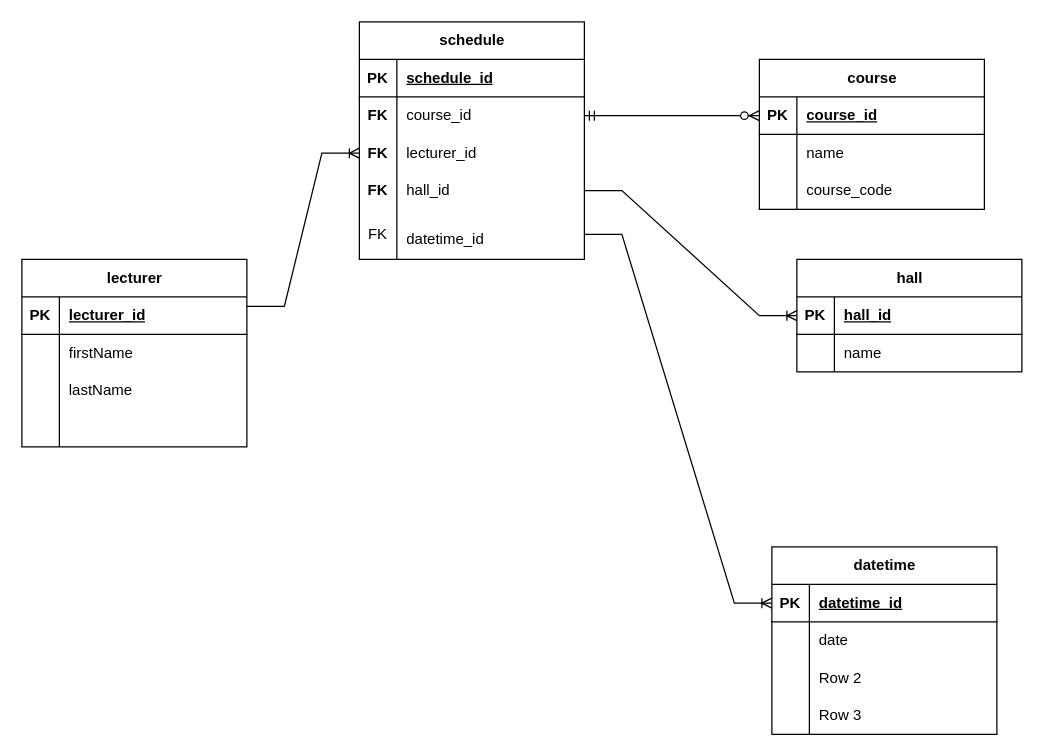
dkeemz/todolist-CLI keeps this draw.io diagram as Untitled Diagram.drawio. Above is the earlier version. Source tidied: cells renumbered, new cells numbered last; positions are measured from the earlier drawing's top-left corner, leaving out a move shared by most shapes. Both pictures are drawn from the tidied source at 125%, with x=0, y=0 at pixel (-16, 21).
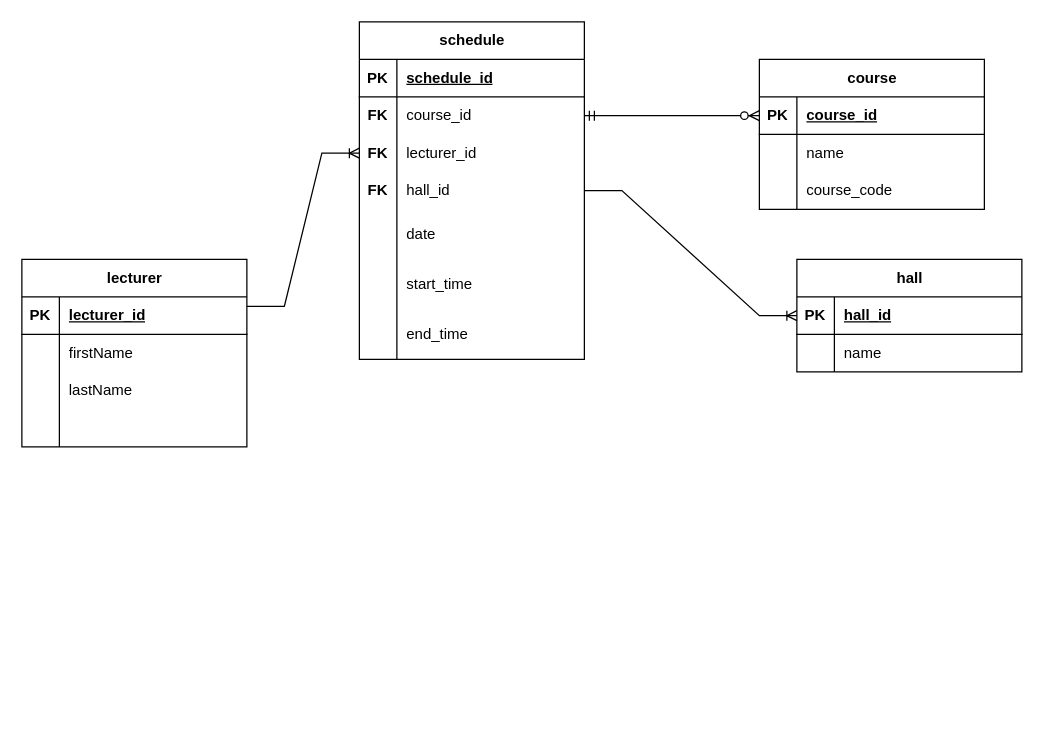
Above is the later version.

Unchanged cells that the change refers to:
```xml
<mxCell id="53" style="shape=tableRow;horizontal=0;startSize=0;swimlaneHead=0;swimlaneBody=0;fillColor=none;points=[[0,0.5],[1,0.5]];portConstraint=eastwest;top=0;left=0;right=0;bottom=0;" parent="40" vertex="1">
  <mxGeometry y="150" width="180" height="40" as="geometry" />
</mxCell>
```

What changed in the source:
```diff
@@
-    <mxCell id="2" value="datetime" style="shape=table;startSize=30;childLayout=tableLayout;rowLines=0;fontStyle=1;align=center;html=1;" parent="1" vertex="1">
-      <mxGeometry x="630" y="420" width="180" height="150" as="geometry" />
-    </mxCell>
-    <mxCell id="3" style="shape=tableRow;horizontal=0;startSize=0;swimlaneHead=0;swimlaneBody=0;fillColor=none;points=[[0,0.5],[1,0.5]];portConstraint=eastwest;top=0;left=0;right=0;bottom=1;" parent="2" vertex="1">
-      <mxGeometry y="30" width="180" height="30" as="geometry" />
-    </mxCell>
-    <mxCell id="4" value="PK" style="shape=partialRectangle;fillColor=none;top=0;left=0;bottom=0;right=0;fontStyle=1;overflow=hidden;whiteSpace=wrap;html=1;" parent="3" vertex="1">
-      <mxGeometry width="30" height="30" as="geometry" />
-    </mxCell>
-    <mxCell id="5" value="datetime_id" style="shape=partialRectangle;fillColor=none;top=0;left=0;bottom=0;right=0;align=left;spacingLeft=6;fontStyle=5;overflow=hidden;whiteSpace=wrap;html=1;" parent="3" vertex="1">
-      <mxGeometry x="30" width="150" height="30" as="geometry" />
-    </mxCell>
-    <mxCell id="6" style="shape=tableRow;horizontal=0;startSize=0;swimlaneHead=0;swimlaneBody=0;fillColor=none;top=0;left=0;right=0;bottom=0;" parent="2" vertex="1">
-      <mxGeometry y="60" width="180" height="30" as="geometry" />
-    </mxCell>
-    <mxCell id="7" style="shape=partialRectangle;fillColor=none;top=0;left=0;bottom=0;right=0;overflow=hidden;whiteSpace=wrap;html=1;" parent="6" vertex="1">
-      <mxGeometry width="30" height="30" as="geometry" />
-    </mxCell>
-    <mxCell id="8" value="date" style="shape=partialRectangle;fillColor=none;top=0;left=0;bottom=0;right=0;align=left;spacingLeft=6;overflow=hidden;whiteSpace=wrap;html=1;" parent="6" vertex="1">
-      <mxGeometry x="30" width="150" height="30" as="geometry" />
-    </mxCell>
-    <mxCell id="9" style="shape=tableRow;horizontal=0;startSize=0;swimlaneHead=0;swimlaneBody=0;fillColor=none;top=0;left=0;right=0;bottom=0;" parent="2" vertex="1">
-      <mxGeometry y="90" width="180" height="30" as="geometry" />
-    </mxCell>
-    <mxCell id="10" style="shape=partialRectangle;fillColor=none;top=0;left=0;bottom=0;right=0;overflow=hidden;whiteSpace=wrap;html=1;" parent="9" vertex="1">
-      <mxGeometry width="30" height="30" as="geometry" />
-    </mxCell>
-    <mxCell id="11" value="Row 2" style="shape=partialRectangle;fillColor=none;top=0;left=0;bottom=0;right=0;align=left;spacingLeft=6;overflow=hidden;whiteSpace=wrap;html=1;" parent="9" vertex="1">
-      <mxGeometry x="30" width="150" height="30" as="geometry" />
-    </mxCell>
-    <mxCell id="12" style="shape=tableRow;horizontal=0;startSize=0;swimlaneHead=0;swimlaneBody=0;fillColor=none;top=0;left=0;right=0;bottom=0;" parent="2" vertex="1">
-      <mxGeometry y="120" width="180" height="30" as="geometry" />
-    </mxCell>
-    <mxCell id="13" style="shape=partialRectangle;fillColor=none;top=0;left=0;bottom=0;right=0;overflow=hidden;whiteSpace=wrap;html=1;" parent="12" vertex="1">
-      <mxGeometry width="30" height="30" as="geometry" />
-    </mxCell>
-    <mxCell id="14" value="Row 3" style="shape=partialRectangle;fillColor=none;top=0;left=0;bottom=0;right=0;align=left;spacingLeft=6;overflow=hidden;whiteSpace=wrap;html=1;" parent="12" vertex="1">
-      <mxGeometry x="30" width="150" height="30" as="geometry" />
-    </mxCell>
@@
-    <mxCell id="39" style="edgeStyle=entityRelationEdgeStyle;fontSize=12;html=1;endArrow=ERoneToMany;rounded=0;exitX=1;exitY=0.5;exitDx=0;exitDy=0;entryX=0;entryY=0.5;entryDx=0;entryDy=0;" parent="1" edge="1" source="53" target="3">
-      <mxGeometry relative="1" as="geometry" />
-    </mxCell>
     <mxCell id="40" value="schedule" style="shape=table;startSize=30;childLayout=tableLayout;rowLines=0;fontStyle=1;align=center;html=1;" parent="1" vertex="1">
-      <mxGeometry x="300" width="180" height="190" as="geometry" />
+      <mxGeometry x="300" width="180" height="270" as="geometry" />
     </mxCell>
@@
-    <mxCell id="54" value="FK" style="shape=partialRectangle;fillColor=none;top=0;left=0;bottom=0;right=0;overflow=hidden;whiteSpace=wrap;html=1;" parent="53" vertex="1">
+    <mxCell id="54" style="shape=partialRectangle;fillColor=none;top=0;left=0;bottom=0;right=0;overflow=hidden;whiteSpace=wrap;html=1;" parent="53" vertex="1">
       <mxGeometry width="30" height="40" as="geometry" />
     </mxCell>
-    <mxCell id="55" value="&lt;br&gt;&lt;div style=&quot;text-align: center;&quot;&gt;datetime_id&lt;/div&gt;&lt;div style=&quot;text-align: center;&quot;&gt;&lt;br&gt;&lt;/div&gt;" style="shape=partialRectangle;fillColor=none;top=0;left=0;bottom=0;right=0;align=left;spacingLeft=6;overflow=hidden;whiteSpace=wrap;html=1;" parent="53" vertex="1">
+    <mxCell id="55" value="date" style="shape=partialRectangle;fillColor=none;top=0;left=0;bottom=0;right=0;align=left;spacingLeft=6;overflow=hidden;whiteSpace=wrap;html=1;" parent="53" vertex="1">
       <mxGeometry x="30" width="150" height="40" as="geometry" />
     </mxCell>
+    <mxCell id="65" style="shape=tableRow;horizontal=0;startSize=0;swimlaneHead=0;swimlaneBody=0;fillColor=none;top=0;left=0;right=0;bottom=0;" parent="40" vertex="1">
+      <mxGeometry y="190" width="180" height="40" as="geometry" />
+    </mxCell>
+    <mxCell id="66" style="shape=partialRectangle;fillColor=none;top=0;left=0;bottom=0;right=0;overflow=hidden;whiteSpace=wrap;html=1;" parent="65" vertex="1">
+      <mxGeometry width="30" height="40" as="geometry" />
+    </mxCell>
+    <mxCell id="67" value="start_time" style="shape=partialRectangle;fillColor=none;top=0;left=0;bottom=0;right=0;align=left;spacingLeft=6;overflow=hidden;whiteSpace=wrap;html=1;" parent="65" vertex="1">
+      <mxGeometry x="30" width="150" height="40" as="geometry" />
+    </mxCell>
+    <mxCell id="68" style="shape=tableRow;horizontal=0;startSize=0;swimlaneHead=0;swimlaneBody=0;fillColor=none;top=0;left=0;right=0;bottom=0;" parent="40" vertex="1">
+      <mxGeometry y="230" width="180" height="40" as="geometry" />
+    </mxCell>
+    <mxCell id="69" style="shape=partialRectangle;fillColor=none;top=0;left=0;bottom=0;right=0;overflow=hidden;whiteSpace=wrap;html=1;" parent="68" vertex="1">
+      <mxGeometry width="30" height="40" as="geometry" />
+    </mxCell>
+    <mxCell id="70" value="end_time" style="shape=partialRectangle;fillColor=none;top=0;left=0;bottom=0;right=0;align=left;spacingLeft=6;overflow=hidden;whiteSpace=wrap;html=1;" parent="68" vertex="1">
+      <mxGeometry x="30" width="150" height="40" as="geometry" />
+    </mxCell>
```
